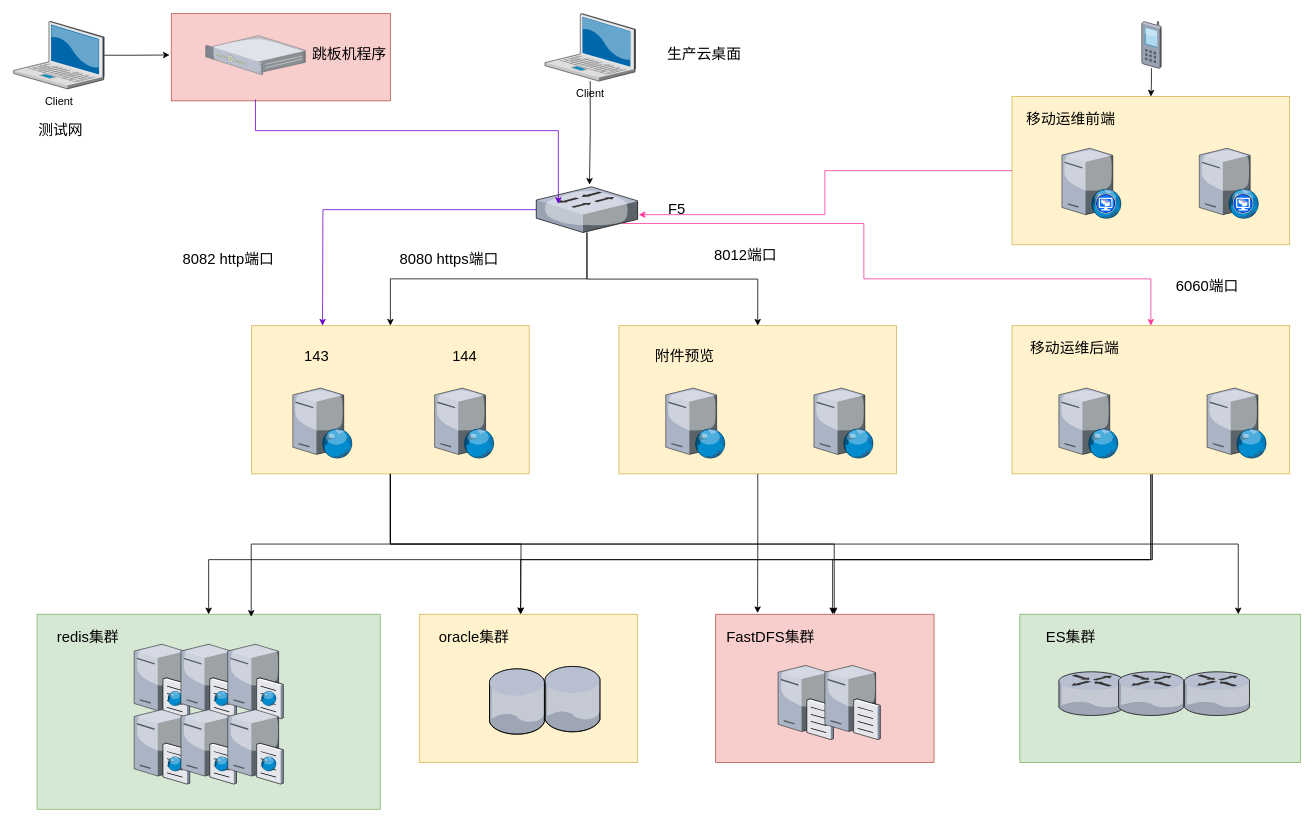
This is itsm 框图.drawio from 541013515/drawio, a draw.io file, before an edit. Source tidied: cells renumbered, new cells numbered last; positions are measured from the earlier drawing's top-left corner, leaving out a move shared by most shapes. Both pictures are drawn from the tidied source at 78%, with x=0, y=0 at pixel (13, 13).
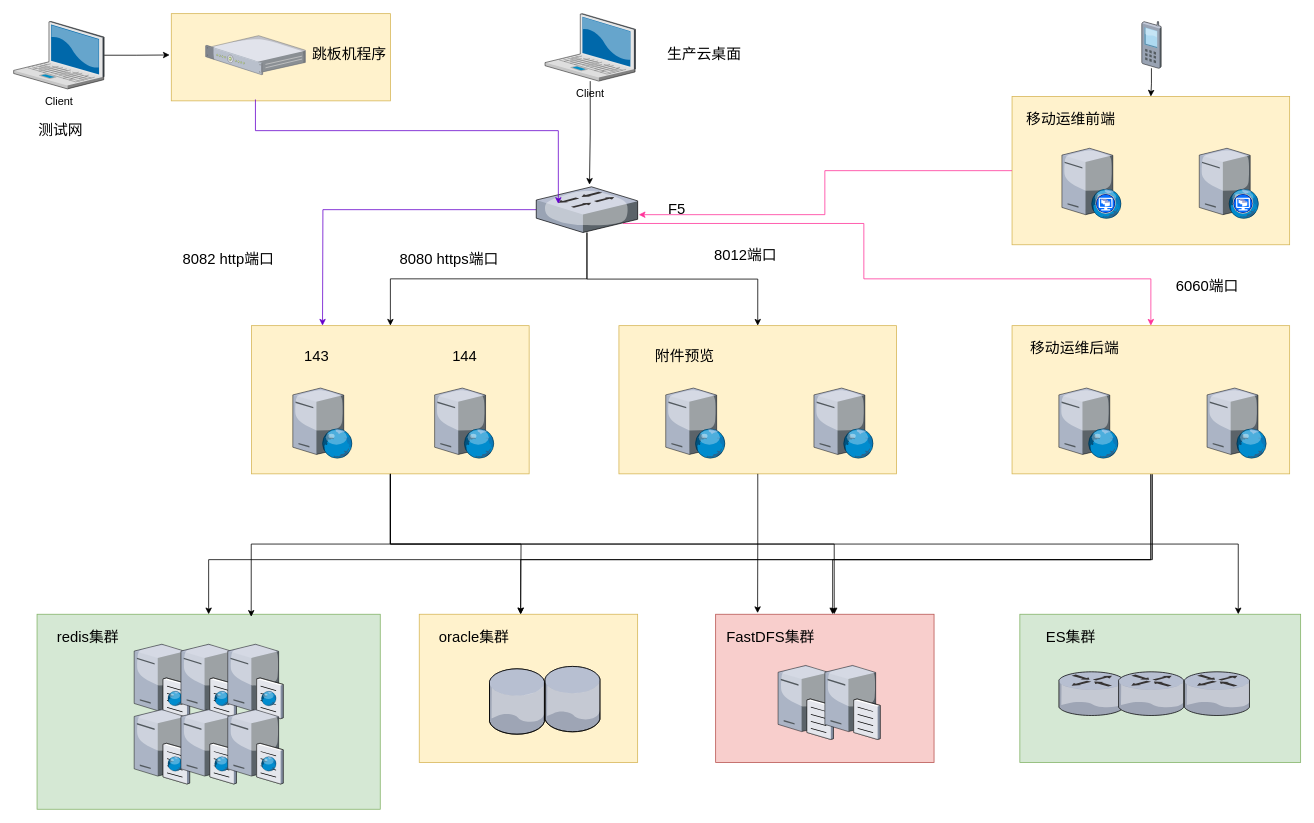
The same page after the edit.

What changed in the source:
```diff
@@
-    <mxCell id="2" style="rounded=0;whiteSpace=wrap;html=1;fillColor=#f8cecc;strokeColor=#b85450;" parent="1" vertex="1">
+    <mxCell id="2" style="rounded=0;whiteSpace=wrap;html=1;fillColor=#fff2cc;strokeColor=#d6b656;" parent="1" vertex="1">
       <mxGeometry x="202.1" width="280.9" height="111.8" as="geometry" />
     </mxCell>
```
